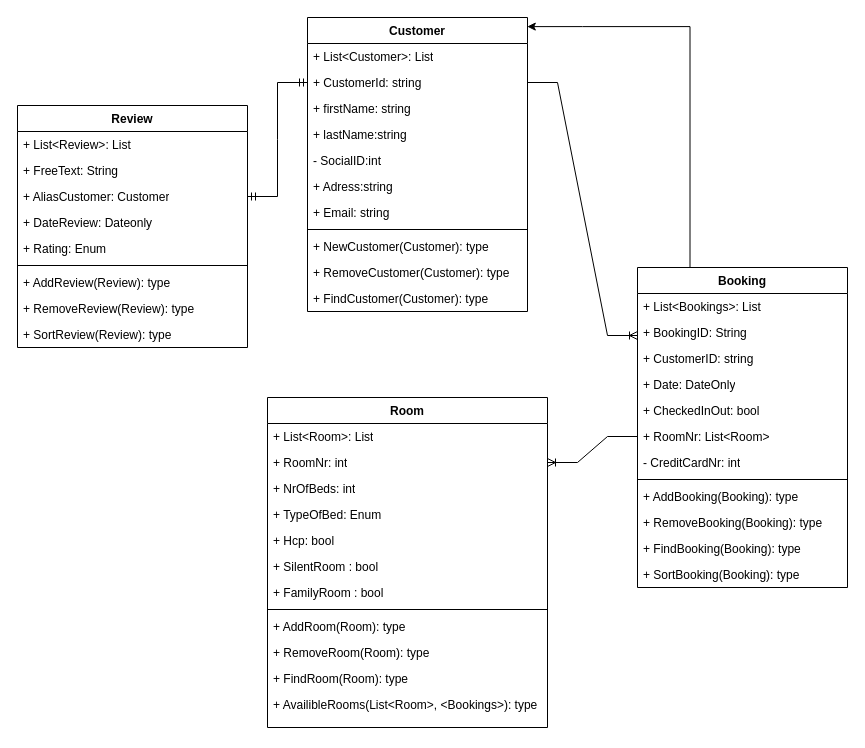
Earlier version of the draw.io diagram TheHotelUML.drawio (danlundh67/hotellet). Source tidied: cells renumbered, new cells numbered last; positions are measured from the earlier drawing's top-left corner, leaving out a move shared by most shapes. Both pictures are drawn from the tidied source at 100%, with x=0, y=0 at pixel (17, 17).
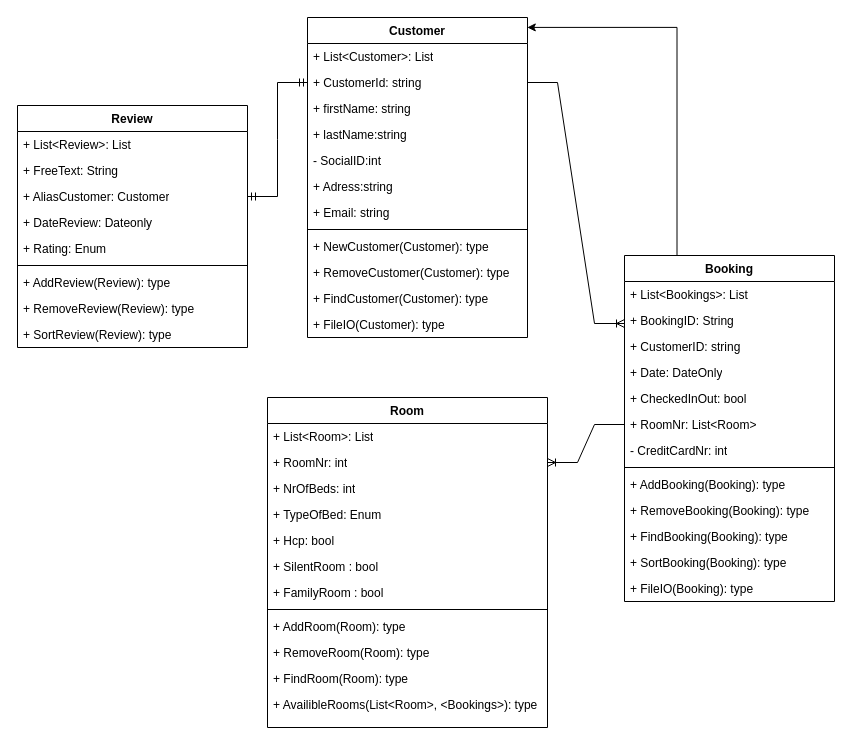
Above is the later version.

What changed in the source:
```diff
@@
     <mxCell id="2" value="Customer" style="swimlane;fontStyle=1;align=center;verticalAlign=top;horizontal=1;startSize=26;whiteSpace=wrap;html=1;" parent="1" vertex="1">
-      <mxGeometry x="290" width="220" height="294" as="geometry" />
+      <mxGeometry x="290" width="220" height="320" as="geometry" />
     </mxCell>
@@
+    <mxCell id="54" value="+ FileIO(Customer): type" style="text;strokeColor=none;fillColor=none;align=left;verticalAlign=top;spacingLeft=4;spacingRight=4;overflow=hidden;whiteSpace=wrap;html=1;" parent="2" vertex="1">
+      <mxGeometry y="294" width="220" height="26" as="geometry" />
+    </mxCell>
@@
     <mxCell id="27" value="Booking" style="swimlane;fontStyle=1;align=center;verticalAlign=top;horizontal=1;startSize=26;whiteSpace=wrap;html=1;" parent="1" vertex="1">
-      <mxGeometry x="620" y="250" width="210" height="320" as="geometry" />
+      <mxGeometry x="607" y="238" width="210" height="346" as="geometry" />
     </mxCell>
@@
+    <mxCell id="55" value="+ FileIO(Booking): type" style="text;strokeColor=none;fillColor=none;align=left;verticalAlign=top;spacingLeft=4;spacingRight=4;overflow=hidden;whiteSpace=wrap;html=1;" parent="27" vertex="1">
+      <mxGeometry y="320" width="210" height="26" as="geometry" />
+    </mxCell>
```
